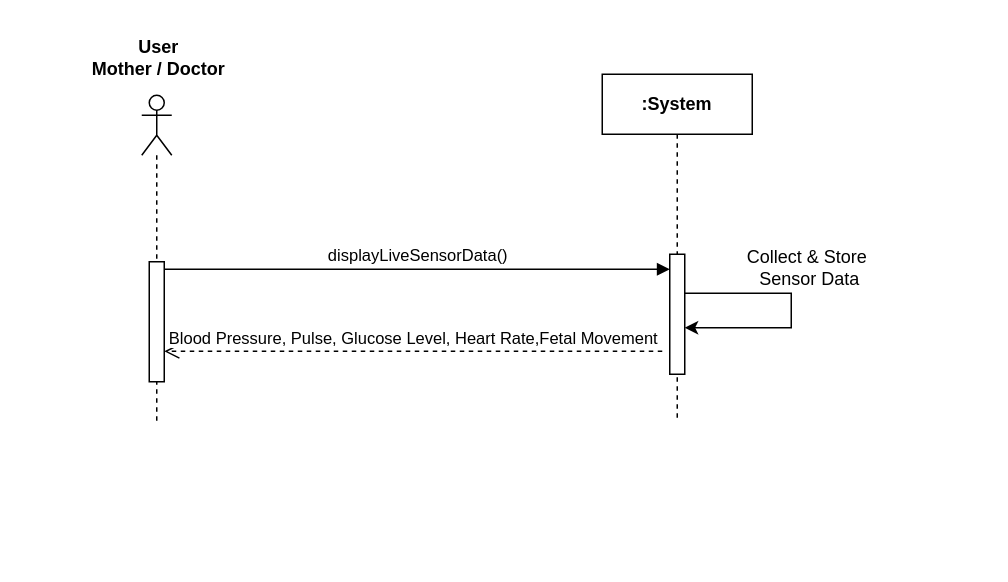
Before: page "Live Sensor Data" (5 of 16) of Documentations/Diagrams and Other Stuff/All SSD.drawio in kswork859/IoT-Mother-Fetus-Health-Monitoring, a draw.io diagram. Source tidied: cells renumbered, new cells numbered last; positions are measured from the earlier drawing's top-left corner, leaving out a move shared by most shapes. Both pictures are drawn from the tidied source at 150%, with x=0, y=0 at pixel (76, 26).
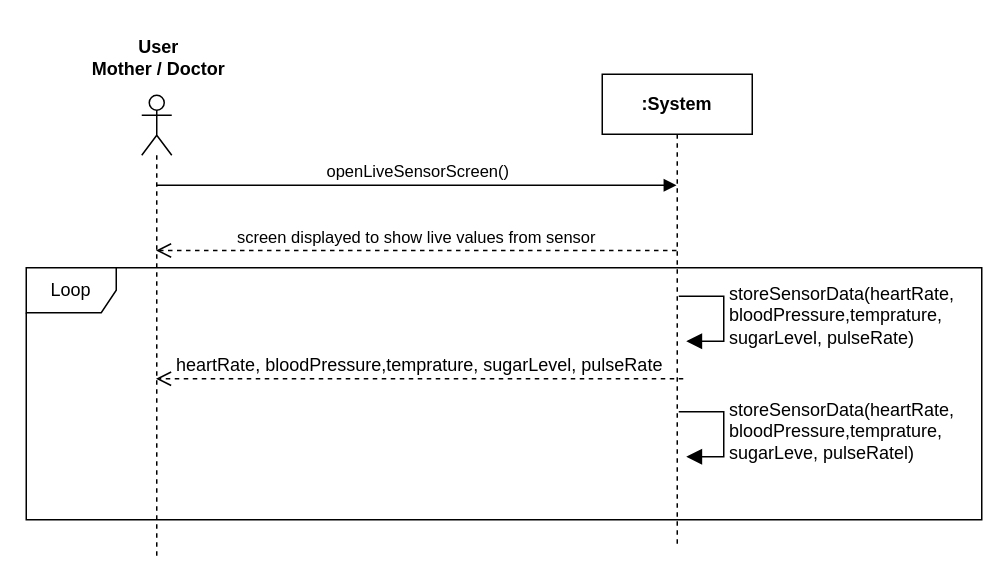
The same diagram, later.

What changed in the source:
```diff
@@
 <mxGraphModel>
   <root>
     <mxCell id="0" />
     <mxCell id="1" parent="0" />
     <mxCell id="2" value="&lt;b&gt;:System&lt;/b&gt;" style="shape=umlLifeline;perimeter=lifelinePerimeter;whiteSpace=wrap;html=1;newEdgeStyle={&quot;curved&quot;:0,&quot;rounded&quot;:0};" parent="1" vertex="1">
-      <mxGeometry x="350" y="32" width="100" height="232" as="geometry" />
+      <mxGeometry x="350" y="32" width="100" height="315" as="geometry" />
     </mxCell>
-    <mxCell id="3" style="edgeStyle=none;curved=0;rounded=0;jettySize=auto;html=1;fontSize=12;endArrow=none;startFill=1;startArrow=classic;" parent="1" edge="1" source="5">
-      <mxGeometry relative="1" as="geometry">
-        <mxPoint x="405" y="178" as="targetPoint" />
-        <Array as="points">
-          <mxPoint x="476" y="201" />
-          <mxPoint x="476" y="178" />
-        </Array>
-      </mxGeometry>
-    </mxCell>
-    <mxCell id="4" value="Collect &amp;amp; Store&amp;nbsp;&lt;br&gt;Sensor Data" style="edgeLabel;html=1;align=center;verticalAlign=middle;fontSize=12;" parent="3" vertex="1">
-      <mxGeometry x="-0.74" y="1" relative="1" as="geometry">
-        <mxPoint x="61" y="-40" as="offset" />
-      </mxGeometry>
-    </mxCell>
-    <mxCell id="5" style="html=1;points=[[0,0,0,0,5],[0,1,0,0,-5],[1,0,0,0,5],[1,1,0,0,-5]];perimeter=orthogonalPerimeter;outlineConnect=0;targetShapes=umlLifeline;portConstraint=eastwest;newEdgeStyle={&quot;curved&quot;:0,&quot;rounded&quot;:0};" parent="1" vertex="1">
-      <mxGeometry x="395" y="152" width="10" height="80" as="geometry" />
-    </mxCell>
+    <mxCell id="11" value="storeSensorData(heartRate,&amp;nbsp;&lt;div&gt;bloodPressure,&lt;span style=&quot;background-color: light-dark(#ffffff, var(--ge-dark-color, #121212)); color: light-dark(rgb(0, 0, 0), rgb(255, 255, 255));&quot;&gt;temprature,&amp;nbsp;&lt;/span&gt;&lt;/div&gt;&lt;div&gt;&lt;span style=&quot;background-color: light-dark(#ffffff, var(--ge-dark-color, #121212)); color: light-dark(rgb(0, 0, 0), rgb(255, 255, 255));&quot;&gt;sugarLeve, pulseRatel)&lt;/span&gt;&lt;/div&gt;" style="html=1;align=left;spacingLeft=2;endArrow=block;rounded=0;edgeStyle=orthogonalEdgeStyle;curved=0;rounded=0;fontSize=12;startSize=8;endSize=8;" parent="2" edge="1">
+      <mxGeometry relative="1" as="geometry">
+        <mxPoint x="51" y="225" as="sourcePoint" />
+        <mxPoint x="56" y="255" as="targetPoint" />
+        <Array as="points">
+          <mxPoint x="81" y="255" />
+        </Array>
+      </mxGeometry>
+    </mxCell>
+    <mxCell id="12" value="storeSensorData(heartRate,&amp;nbsp;&lt;div&gt;bloodPressure,&lt;span style=&quot;background-color: light-dark(#ffffff, var(--ge-dark-color, #121212)); color: light-dark(rgb(0, 0, 0), rgb(255, 255, 255));&quot;&gt;temprature,&amp;nbsp;&lt;/span&gt;&lt;/div&gt;&lt;div&gt;&lt;span style=&quot;background-color: light-dark(#ffffff, var(--ge-dark-color, #121212)); color: light-dark(rgb(0, 0, 0), rgb(255, 255, 255));&quot;&gt;sugarLevel, pulseRate)&lt;/span&gt;&lt;/div&gt;" style="html=1;align=left;spacingLeft=2;endArrow=block;rounded=0;edgeStyle=orthogonalEdgeStyle;curved=0;rounded=0;fontSize=12;startSize=8;endSize=8;" parent="2" edge="1">
+      <mxGeometry relative="1" as="geometry">
+        <mxPoint x="51" y="148" as="sourcePoint" />
+        <mxPoint x="56" y="178" as="targetPoint" />
+        <Array as="points">
+          <mxPoint x="81" y="178" />
+        </Array>
+      </mxGeometry>
+    </mxCell>
     <mxCell id="6" style="shape=umlLifeline;perimeter=lifelinePerimeter;whiteSpace=wrap;html=1;outlineConnect=0;portConstraint=eastwest;newEdgeStyle={&quot;curved&quot;:0,&quot;rounded&quot;:0};participant=umlActor;" parent="1" vertex="1">
-      <mxGeometry x="43" y="46" width="20" height="220" as="geometry" />
+      <mxGeometry x="43" y="46" width="20" height="307" as="geometry" />
     </mxCell>
-    <mxCell id="7" value="displayLiveSensorData()" style="html=1;verticalAlign=bottom;endArrow=block;curved=0;rounded=0;" parent="1" edge="1" source="10">
+    <mxCell id="7" value="openLiveSensorScreen()" style="html=1;verticalAlign=bottom;endArrow=block;curved=0;rounded=0;" parent="1" edge="1">
       <mxGeometry relative="1" as="geometry">
-        <mxPoint x="395" y="162" as="targetPoint" />
+        <mxPoint x="52.5" y="106" as="sourcePoint" />
+        <mxPoint x="399.5" y="106" as="targetPoint" />
       </mxGeometry>
     </mxCell>
-    <mxCell id="8" value="Blood Pressure, Pulse, Glucose Level, Heart Rate,Fetal Movement" style="html=1;verticalAlign=bottom;endArrow=open;dashed=1;endSize=8;curved=0;rounded=0;" parent="1" edge="1" target="10">
+    <mxCell id="8" value="screen displayed to show live values from sensor" style="html=1;verticalAlign=bottom;endArrow=open;dashed=1;endSize=8;curved=0;rounded=0;" parent="1" edge="1">
       <mxGeometry relative="1" as="geometry">
-        <mxPoint x="390" y="216.7" as="sourcePoint" />
+        <mxPoint x="399.5" y="149.5" as="sourcePoint" />
+        <mxPoint x="52.5" y="149.5" as="targetPoint" />
       </mxGeometry>
     </mxCell>
     <mxCell id="9" value="&lt;b&gt;User&lt;br&gt;&lt;/b&gt;&lt;div&gt;&lt;b&gt;Mother / Doctor&lt;/b&gt;&lt;/div&gt;" style="text;html=1;align=center;verticalAlign=middle;strokeColor=none;fillColor=none;" parent="1" vertex="1">
       <mxGeometry width="107" height="41" as="geometry" />
     </mxCell>
-    <mxCell id="10" style="html=1;points=[[0,0,0,0,5],[0,1,0,0,-5],[1,0,0,0,5],[1,1,0,0,-5]];perimeter=orthogonalPerimeter;outlineConnect=0;targetShapes=umlLifeline;portConstraint=eastwest;newEdgeStyle={&quot;curved&quot;:0,&quot;rounded&quot;:0};" parent="1" vertex="1">
-      <mxGeometry x="48" y="157" width="10" height="80" as="geometry" />
-    </mxCell>
+    <mxCell id="13" value="Loop" style="shape=umlFrame;whiteSpace=wrap;html=1;" parent="1" vertex="1">
+      <mxGeometry x="-34" y="161" width="637" height="168" as="geometry" />
+    </mxCell>
+    <mxCell id="14" value="&lt;span style=&quot;font-size: 12px; text-align: left;&quot;&gt;heartRate,&amp;nbsp;&lt;/span&gt;&lt;span style=&quot;font-size: 12px; text-align: left; background-color: light-dark(#ffffff, var(--ge-dark-color, #121212)); color: light-dark(rgb(0, 0, 0), rgb(255, 255, 255));&quot;&gt;bloodPressure,&lt;/span&gt;&lt;span style=&quot;font-size: 12px; text-align: left; background-color: light-dark(#ffffff, var(--ge-dark-color, #121212)); color: light-dark(rgb(0, 0, 0), rgb(255, 255, 255));&quot;&gt;temprature,&amp;nbsp;&lt;/span&gt;&lt;span style=&quot;font-size: 12px; text-align: left; color: light-dark(rgb(0, 0, 0), rgb(255, 255, 255)); background-color: light-dark(#ffffff, var(--ge-dark-color, #121212));&quot;&gt;sugarLevel, pulseRate&lt;/span&gt;" style="html=1;verticalAlign=bottom;endArrow=open;dashed=1;endSize=8;curved=0;rounded=0;" parent="1" edge="1" target="6">
+      <mxGeometry relative="1" as="geometry">
+        <mxPoint x="404" y="235" as="sourcePoint" />
+      </mxGeometry>
+    </mxCell>
   </root>
 </mxGraphModel>
```
